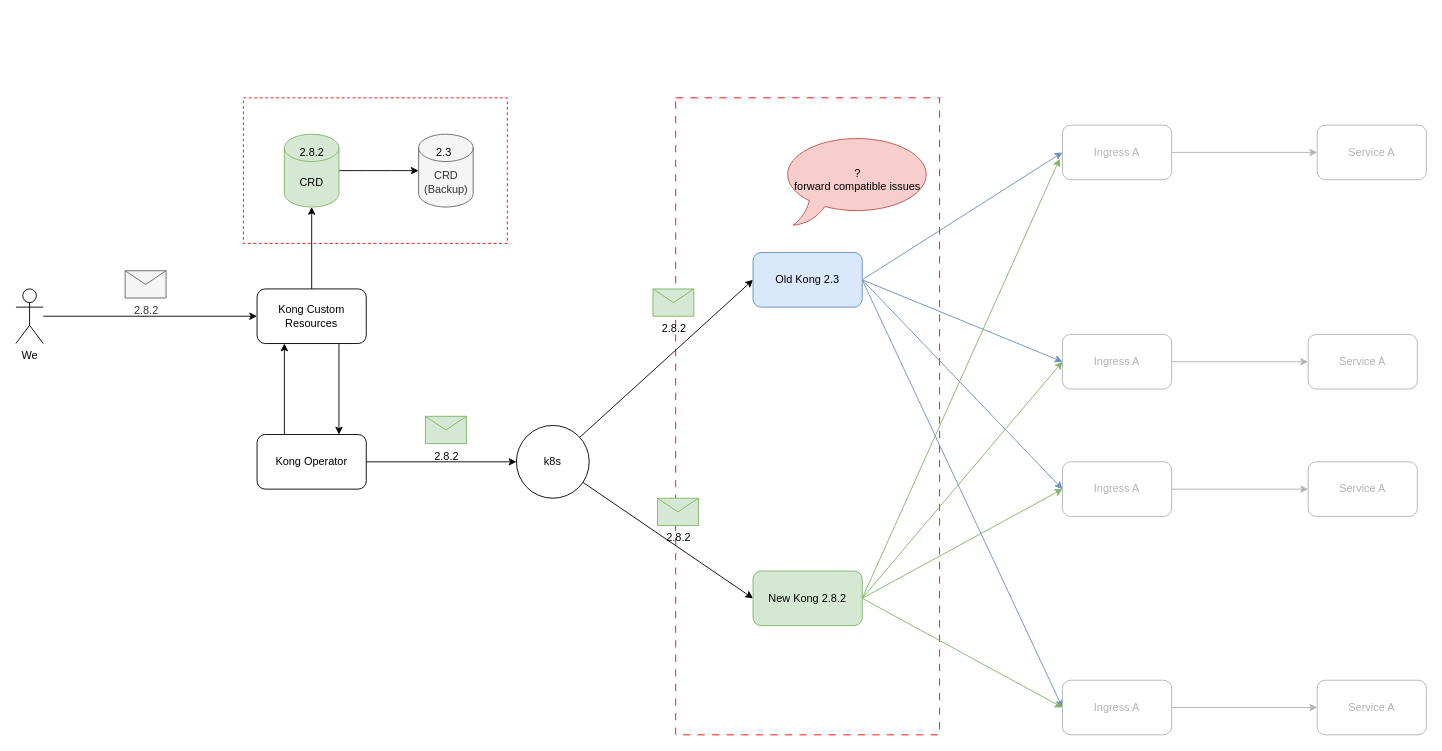
jiangtao7/draw.io keeps this draw.io diagram as kong_crd.drawio. Above is the earlier version. Source tidied: cells renumbered, new cells numbered last; positions are measured from the earlier drawing's top-left corner, leaving out a move shared by most shapes. Both pictures are drawn from the tidied source at 91%, with x=0, y=0 at pixel (15, 97).
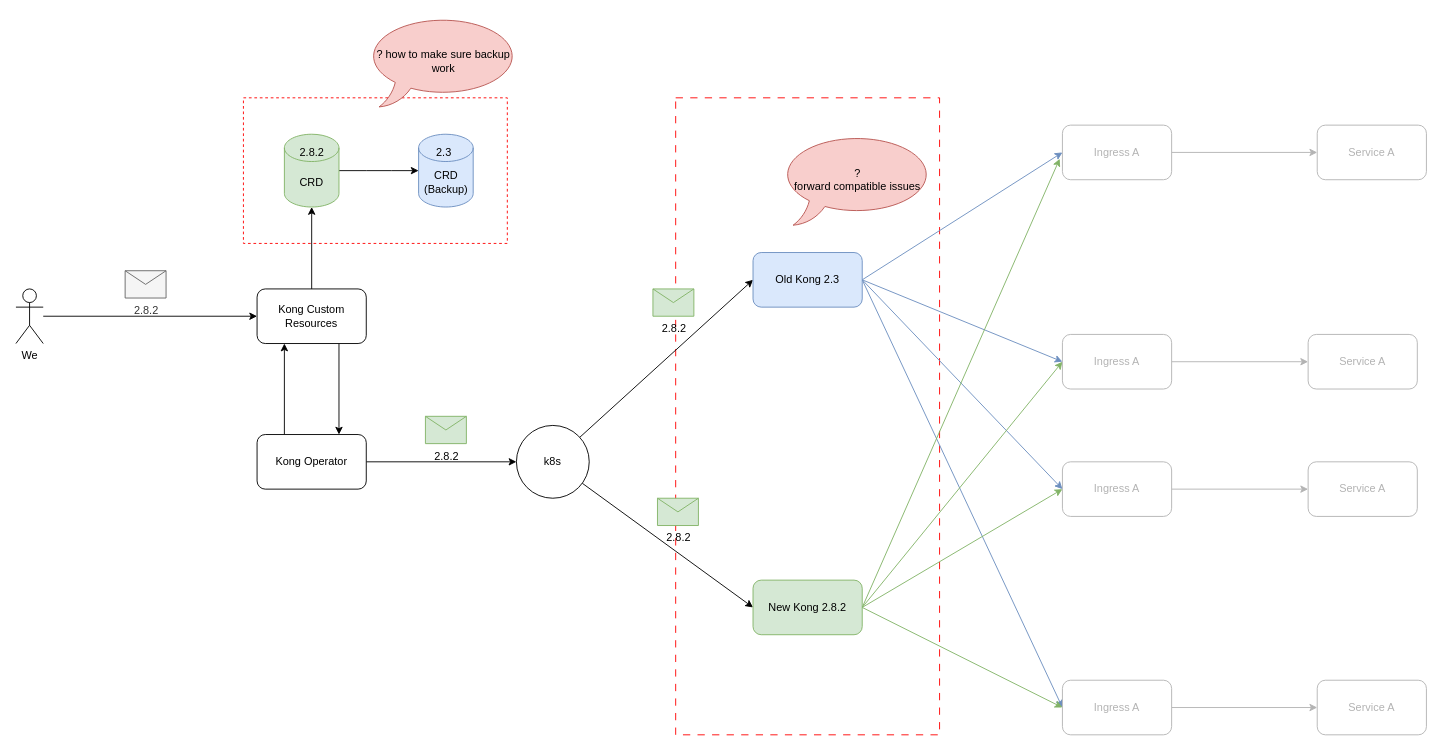
After the change.

The edit, as a diff of the source:
```diff
@@
     <mxCell id="22" value="New Kong 2.8.2" style="rounded=1;whiteSpace=wrap;html=1;fillColor=#d5e8d4;strokeColor=#82b366;" parent="1" vertex="1">
-      <mxGeometry x="810" y="520" width="120" height="60" as="geometry" />
+      <mxGeometry x="810" y="530" width="120" height="60" as="geometry" />
     </mxCell>
@@
-    <mxCell id="44" value="CRD (Backup)" style="shape=cylinder3;whiteSpace=wrap;html=1;boundedLbl=1;backgroundOutline=1;size=15;fillColor=#f5f5f5;fontColor=#333333;strokeColor=#666666;" parent="1" vertex="1">
+    <mxCell id="44" value="CRD (Backup)" style="shape=cylinder3;whiteSpace=wrap;html=1;boundedLbl=1;backgroundOutline=1;size=15;fillColor=#dae8fc;strokeColor=#6c8ebf;" parent="1" vertex="1">
       <mxGeometry x="442.5" y="40" width="60" height="80" as="geometry" />
     </mxCell>
@@
+    <mxCell id="47" value="? how to make sure backup work" style="whiteSpace=wrap;html=1;shape=mxgraph.basic.oval_callout;fillColor=#f8cecc;strokeColor=#b85450;" parent="1" vertex="1">
+      <mxGeometry x="385" y="-90" width="170" height="100" as="geometry" />
+    </mxCell>
+    <mxCell id="48" style="edgeStyle=none;rounded=0;orthogonalLoop=1;jettySize=auto;html=1;exitX=0.5;exitY=1;exitDx=0;exitDy=0;" parent="1" edge="1">
+      <mxGeometry relative="1" as="geometry">
+        <mxPoint x="325" y="590" as="sourcePoint" />
+      </mxGeometry>
+    </mxCell>
```
